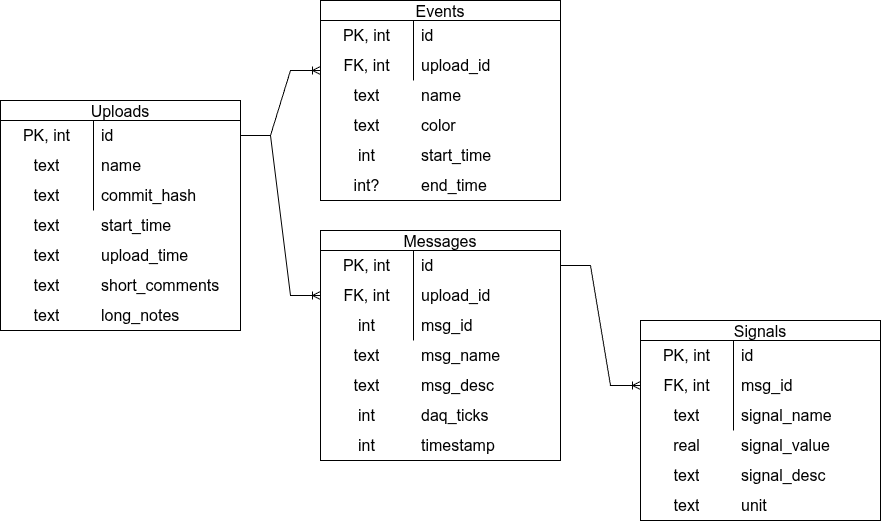
The draw.io diagram daq/daqcloud/daqcloud_tables.drawio.png in PurdueElectricRacing/firmware, before a commit. Source tidied: cells renumbered, new cells last; positions are measured from the earlier drawing's top-left corner, leaving out a move shared by most shapes.
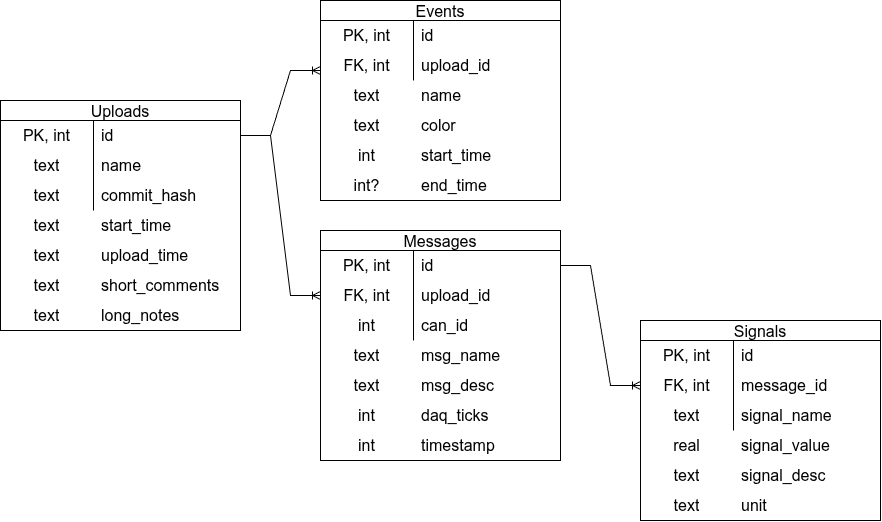
Later version of the same file.

Commit message:
better naming

Change to the diagram source:
```diff
@@ -76,7 +76,7 @@
     <mxCell id="25" value="int" style="shape=partialRectangle;html=1;whiteSpace=wrap;fillColor=none;top=0;left=0;bottom=0;right=0;overflow=hidden;strokeColor=inherit;fontSize=16;" parent="24" vertex="1">
       <mxGeometry width="93" height="30" as="geometry" />
     </mxCell>
-    <mxCell id="26" value="msg_id" style="shape=partialRectangle;html=1;whiteSpace=wrap;fillColor=none;top=0;left=0;bottom=0;right=0;align=left;spacingLeft=6;overflow=hidden;strokeColor=inherit;fontSize=16;" parent="24" vertex="1">
+    <mxCell id="26" value="can_id" style="shape=partialRectangle;html=1;whiteSpace=wrap;fillColor=none;top=0;left=0;bottom=0;right=0;align=left;spacingLeft=6;overflow=hidden;strokeColor=inherit;fontSize=16;" parent="24" vertex="1">
       <mxGeometry x="93" width="147" height="30" as="geometry" />
     </mxCell>
     <mxCell id="27" value="int" style="shape=partialRectangle;html=1;whiteSpace=wrap;fillColor=none;top=0;left=0;bottom=0;right=0;overflow=hidden;strokeColor=inherit;fontSize=16;" parent="1" vertex="1">
@@ -147,7 +147,7 @@
     <mxCell id="48" value="FK, int" style="shape=partialRectangle;html=1;whiteSpace=wrap;fillColor=none;top=0;left=0;bottom=0;right=0;overflow=hidden;strokeColor=inherit;fontSize=16;" parent="47" vertex="1">
       <mxGeometry width="93" height="30" as="geometry" />
     </mxCell>
-    <mxCell id="49" value="msg_id" style="shape=partialRectangle;html=1;whiteSpace=wrap;fillColor=none;top=0;left=0;bottom=0;right=0;align=left;spacingLeft=6;overflow=hidden;strokeColor=inherit;fontSize=16;" parent="47" vertex="1">
+    <mxCell id="49" value="message_id" style="shape=partialRectangle;html=1;whiteSpace=wrap;fillColor=none;top=0;left=0;bottom=0;right=0;align=left;spacingLeft=6;overflow=hidden;strokeColor=inherit;fontSize=16;" parent="47" vertex="1">
       <mxGeometry x="93" width="147" height="30" as="geometry" />
     </mxCell>
     <mxCell id="50" style="shape=tableRow;horizontal=0;startSize=0;swimlaneHead=0;swimlaneBody=0;top=0;left=0;bottom=0;right=0;fillColor=none;strokeColor=inherit;fontSize=16;" parent="43" vertex="1">
```
